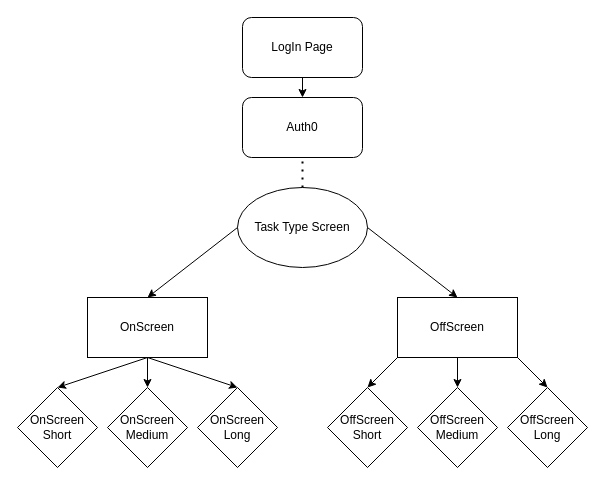
SchoolOfCode/Boostcamp-Frontend keeps this draw.io diagram as User-Flow-Diagram.drawio. Above is the earlier version. Source tidied: cells renumbered, new cells numbered last; positions are measured from the earlier drawing's top-left corner, leaving out a move shared by most shapes. Both pictures are drawn from the tidied source at 100%, with x=0, y=0 at pixel (17, 17).
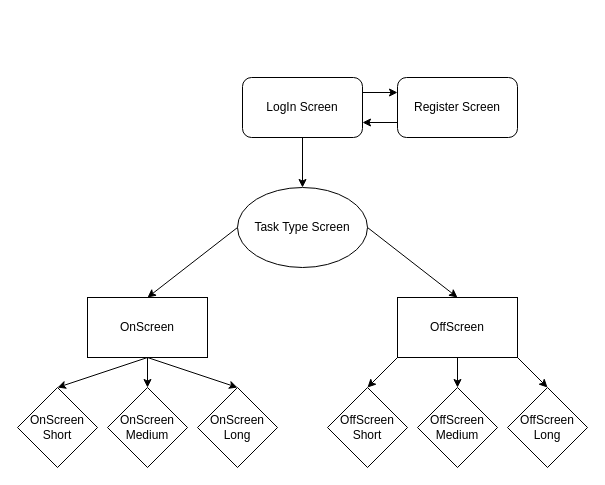
After the change.

Unchanged cells that the change refers to:
```xml
<mxCell id="4" value="Task Type Screen" style="ellipse;whiteSpace=wrap;html=1;" parent="1" vertex="1">
  <mxGeometry x="220" y="170" width="130" height="80" as="geometry" />
</mxCell>
```

What changed in the source:
```diff
@@
-    <mxCell id="19" value="LogIn Page" style="rounded=1;whiteSpace=wrap;html=1;" parent="1" vertex="1">
-      <mxGeometry x="225" width="120" height="60" as="geometry" />
+    <mxCell id="19" value="LogIn Screen" style="rounded=1;whiteSpace=wrap;html=1;" parent="1" vertex="1">
+      <mxGeometry x="225" y="60" width="120" height="60" as="geometry" />
     </mxCell>
-    <mxCell id="20" value="Auth0" style="rounded=1;whiteSpace=wrap;html=1;" parent="1" vertex="1">
-      <mxGeometry x="225" y="80" width="120" height="60" as="geometry" />
+    <mxCell id="20" value="Register Screen" style="rounded=1;whiteSpace=wrap;html=1;" parent="1" vertex="1">
+      <mxGeometry x="380" y="60" width="120" height="60" as="geometry" />
     </mxCell>
-    <mxCell id="21" style="endArrow=classic;html=1;exitX=0.5;exitY=1;exitDx=0;exitDy=0;" parent="1" edge="1" source="19">
-      <mxGeometry relative="1" as="geometry">
-        <mxPoint x="285" y="80" as="targetPoint" />
-      </mxGeometry>
+    <mxCell id="21" style="endArrow=classic;html=1;exitX=0.5;exitY=1;exitDx=0;exitDy=0;entryX=0.5;entryY=0;entryDx=0;entryDy=0;" parent="1" edge="1" source="19" target="4">
+      <mxGeometry relative="1" as="geometry" />
     </mxCell>
-    <mxCell id="22" style="endArrow=none;dashed=1;html=1;dashPattern=1 3;strokeWidth=2;entryX=0.5;entryY=1;entryDx=0;entryDy=0;" parent="1" edge="1" source="4" target="20">
+    <mxCell id="22" style="endArrow=classic;html=1;exitX=1;exitY=0.25;exitDx=0;exitDy=0;entryX=0;entryY=0.25;entryDx=0;entryDy=0;" parent="1" edge="1" source="19" target="20">
       <mxGeometry relative="1" as="geometry" />
     </mxCell>
+    <mxCell id="23" style="endArrow=classic;html=1;exitX=0;exitY=0.75;exitDx=0;exitDy=0;entryX=1;entryY=0.75;entryDx=0;entryDy=0;" parent="1" edge="1" source="20" target="19">
+      <mxGeometry relative="1" as="geometry" />
+    </mxCell>
```
